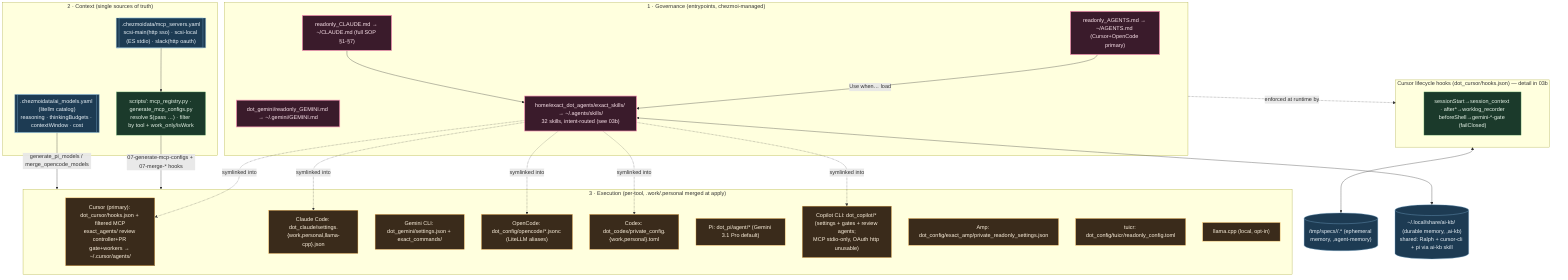
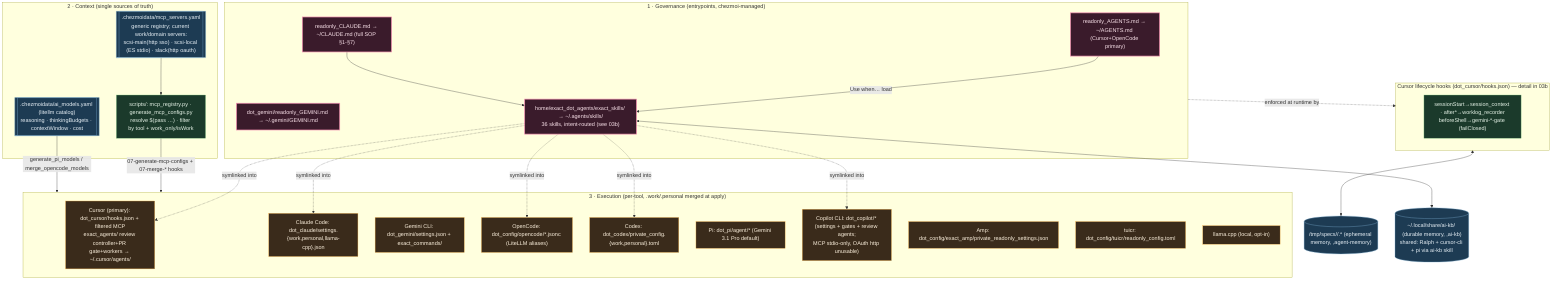
%% ============================================================================
%% 03-agentic-os.mmd — Agentic OS: governance + context + execution layers.
%% Entry SOPs + MCP/model registries + per-tool config generation.
%% Skills/hooks file-level detail → 03b. Per-tool config files → 12.
%% ============================================================================
flowchart TB
    classDef gov fill:#3a1b2b,stroke:#f48fb1,color:#fce4ec,stroke-width:2px;
    classDef ctx fill:#1b3a2b,stroke:#81c784,color:#e8f5e9;
    classDef exec fill:#3a2b1b,stroke:#ffb74d,color:#fff3e0;
    classDef data fill:#1d3b53,stroke:#7fb3d5,color:#eaf2f8;

    subgraph GOV["1 · Governance (entrypoints, chezmoi-managed)"]
        AG["readonly_AGENTS.md → ~/AGENTS.md (Cursor+OpenCode primary)"]:::gov
        CL["readonly_CLAUDE.md → ~/CLAUDE.md (full SOP §1-§7)"]:::gov
        GM["dot_gemini/readonly_GEMINI.md → ~/.gemini/GEMINI.md"]:::gov
-         SK["home/exact_dot_agents/exact_skills/ → ~/.agents/skills/<br/>32 skills, intent-routed (see 03b)"]:::gov
+         SK["home/exact_dot_agents/exact_skills/ → ~/.agents/skills/<br/>36 skills, intent-routed (see 03b)"]:::gov
        AG -->|Use when… load| SK
        CL --> SK
    end

    subgraph CTX["2 · Context (single sources of truth)"]
-         REG[[".chezmoidata/mcp_servers.yaml<br/>scsi-main(http sso) · scsi-local (ES stdio) · slack(http oauth)"]]:::data
+         REG[[".chezmoidata/mcp_servers.yaml<br/>generic registry; current work/domain servers:<br/>scsi-main(http sso) · scsi-local (ES stdio) · slack(http oauth)"]]:::data
        MODELS[[".chezmoidata/ai_models.yaml (litellm catalog)<br/>reasoning · thinkingBudgets · contextWindow · cost"]]:::data
        GEN["scripts/: mcp_registry.py · generate_mcp_configs.py<br/>resolve $(pass …) · filter by tool + work_only/isWork"]:::ctx
        REG --> GEN
    end

    subgraph EXECL["3 · Execution (per-tool, .work/.personal merged at apply)"]
        CURSOR["Cursor (primary): dot_cursor/hooks.json + filtered MCP<br/>exact_agents/ review controller+PR gate+workers → ~/.cursor/agents/"]:::exec
        CLAUDE["Claude Code: dot_claude/settings.{work,personal,llama-cpp}.json"]:::exec
        GEMINI["Gemini CLI: dot_gemini/settings.json + exact_commands/"]:::exec
        OPENCODE["OpenCode: dot_config/opencode/*.jsonc (LiteLLM aliases)"]:::exec
        CODEX["Codex: dot_codex/private_config.{work,personal}.toml"]:::exec
        PI["Pi: dot_pi/agent/* (Gemini 3.1 Pro default)"]:::exec
        COPILOT["Copilot CLI: dot_copilot/* (settings + gates + review agents;<br/>MCP stdio-only, OAuth http unusable)"]:::exec
        AMP["Amp: dot_config/exact_amp/private_readonly_settings.json"]:::exec
        TUICR["tuicr: dot_config/tuicr/readonly_config.toml"]:::exec
        LOCAL["llama.cpp (local, opt-in)"]:::exec
    end

    GEN -->|07-generate-mcp-configs + 07-merge-* hooks| EXECL
    MODELS -->|generate_pi_models / merge_opencode_models| EXECL
    SK -. symlinked into .-> CURSOR & CLAUDE & OPENCODE & CODEX & COPILOT

    subgraph HOOKS["Cursor lifecycle hooks (dot_cursor/hooks.json) — detail in 03b"]
        H["sessionStart→session_context · after*→worklog_recorder<br/>beforeShell→gemini-*-gate (failClosed)"]:::ctx
    end
    GOV -.enforced at runtime by.-> HOOKS
    MEM[("/tmp/specs/<pwd>/<topic>.* (ephemeral memory, ,agent-memory)")]:::data
    HOOKS <--> MEM
    KBDB[("~/.local/share/ai-kb/ (durable memory, ,ai-kb)<br/>shared: Ralph + cursor-cli + pi via ai-kb skill")]:::data
    SK <--> KBDB
